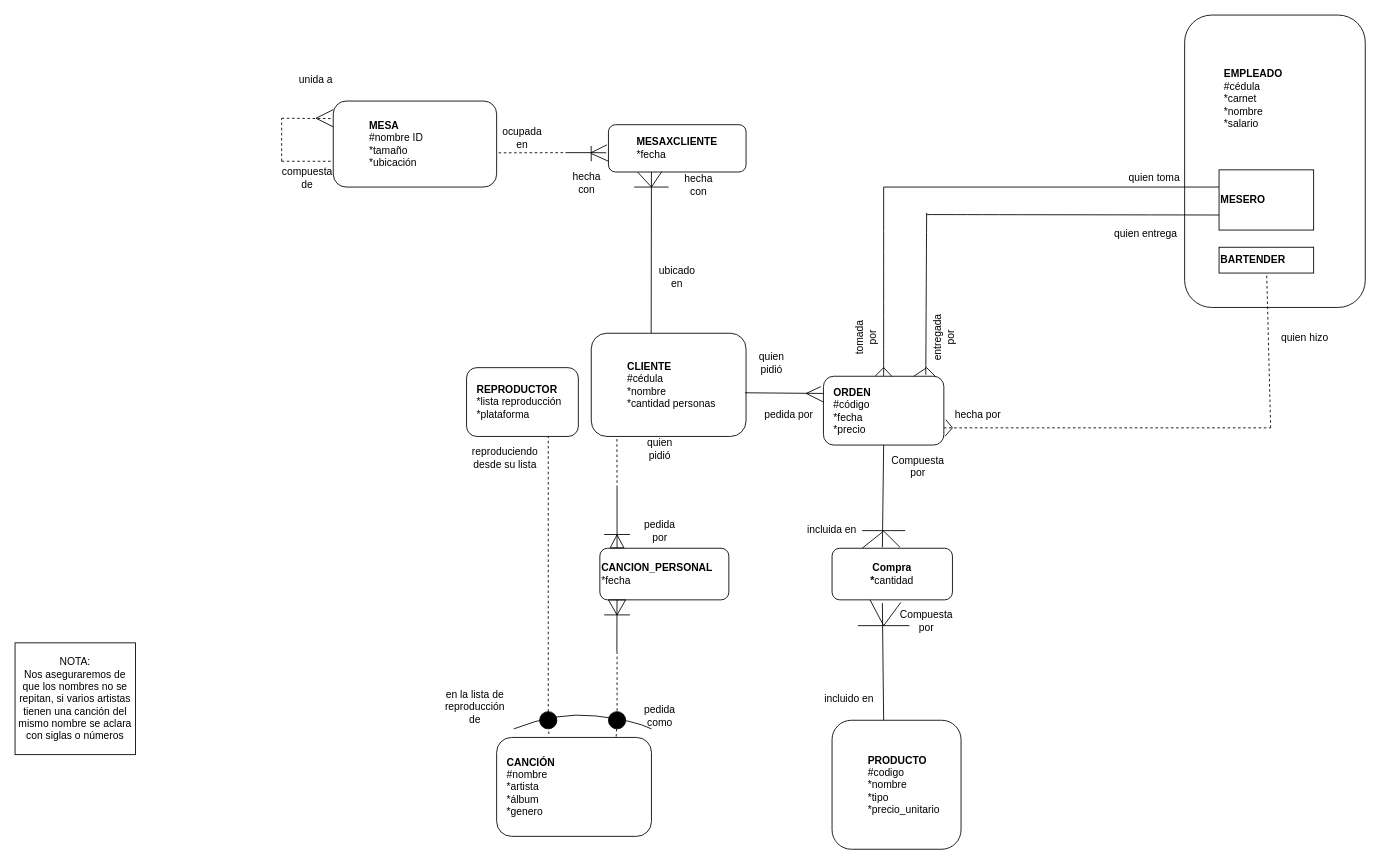
Earlier version of the draw.io diagram Trabajo1/ModeloER.drawio (M1moreno/EntregasBD). Source tidied: cells renumbered, new cells numbered last; positions are measured from the earlier drawing's top-left corner, leaving out a move shared by most shapes. Both pictures are drawn from the tidied source at 86%, with x=0, y=0 at pixel (15, 15). Pictures stored in the file or linked from it are replaced by grey dashed boxes.
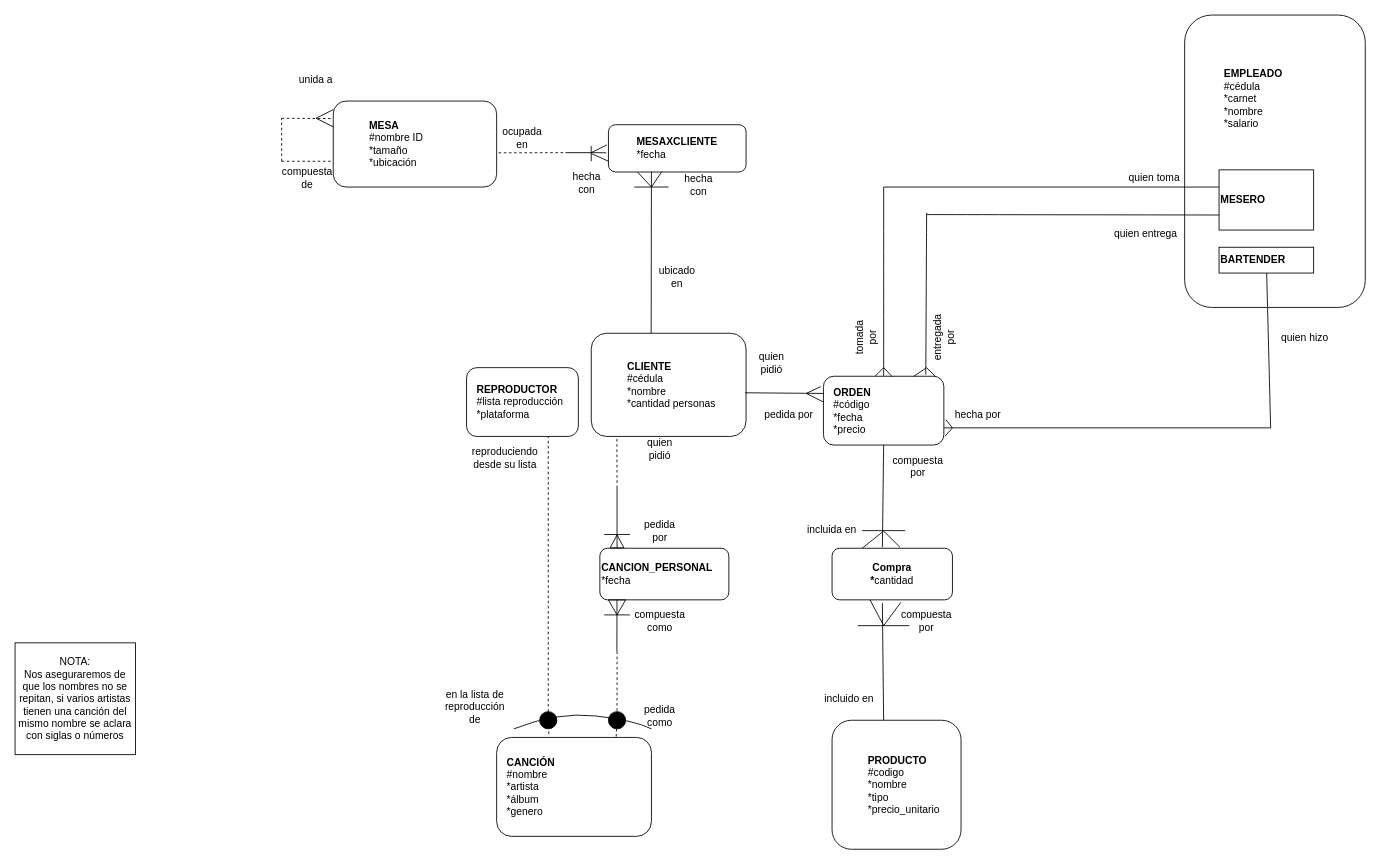
After the change.

The change refers to these unchanged cells:
```xml
<mxCell id="8" value="&lt;b&gt;BARTENDER&lt;/b&gt;" style="rounded=0;whiteSpace=wrap;html=1;align=left;" parent="4" vertex="1">
  <mxGeometry x="40" y="270" width="110" height="30" as="geometry" />
</mxCell>
<mxCell id="10" style="group;" parent="1" vertex="1">
  <mxGeometry x="525" y="410" width="130" height="80" as="geometry" />
</mxCell>
<mxCell id="14" style="rounded=1;whiteSpace=wrap;html=1;" parent="13" vertex="1">
  <mxGeometry width="140" height="80" as="geometry" />
</mxCell>
```

Change to the diagram source:
```diff
@@
-    <mxCell id="12" value="&lt;b&gt;REPRODUCTOR&lt;/b&gt;&lt;br&gt;*lista reproducción&lt;br&gt;*plataforma" style="text;html=1;strokeColor=none;fillColor=none;align=left;verticalAlign=middle;whiteSpace=wrap;rounded=0;" parent="10" vertex="1">
+    <mxCell id="12" value="&lt;b&gt;REPRODUCTOR&lt;/b&gt;&lt;br&gt;#lista reproducción&lt;br&gt;*plataforma" style="text;html=1;strokeColor=none;fillColor=none;align=left;verticalAlign=middle;whiteSpace=wrap;rounded=0;" parent="10" vertex="1">
       <mxGeometry x="10" y="5" width="110" height="70" as="geometry" />
     </mxCell>
@@
-    <mxCell id="49" style="endArrow=none;dashed=1;html=1;rounded=0;exitX=1;exitY=0.75;exitDx=0;exitDy=0;" parent="1" edge="1" source="14">
+    <mxCell id="49" style="endArrow=none;html=1;rounded=0;exitX=1;exitY=0.75;exitDx=0;exitDy=0;" parent="1" edge="1" source="14">
       <mxGeometry relative="1" as="geometry">
         <mxPoint x="1460" y="480" as="targetPoint" />
       </mxGeometry>
     </mxCell>
-    <mxCell id="50" style="endArrow=none;dashed=1;html=1;rounded=0;" parent="1" edge="1" target="8">
+    <mxCell id="50" style="endArrow=none;html=1;rounded=0;" parent="1" edge="1" target="8">
       <mxGeometry relative="1" as="geometry">
         <mxPoint x="1460" y="480" as="sourcePoint" />
       </mxGeometry>
     </mxCell>
@@
-    <mxCell id="74" value="Compuesta por" style="text;html=1;strokeColor=none;fillColor=none;align=center;verticalAlign=middle;whiteSpace=wrap;rounded=0;" parent="1" vertex="1">
+    <mxCell id="74" value="compuesta por" style="text;html=1;strokeColor=none;fillColor=none;align=center;verticalAlign=middle;whiteSpace=wrap;rounded=0;" parent="1" vertex="1">
       <mxGeometry x="1020" y="510" width="60" height="30" as="geometry" />
     </mxCell>
@@
-    <mxCell id="76" value="Compuesta por" style="text;html=1;strokeColor=none;fillColor=none;align=center;verticalAlign=middle;whiteSpace=wrap;rounded=0;" parent="1" vertex="1">
+    <mxCell id="76" value="compuesta por" style="text;html=1;strokeColor=none;fillColor=none;align=center;verticalAlign=middle;whiteSpace=wrap;rounded=0;" parent="1" vertex="1">
       <mxGeometry x="1030" y="690" width="60" height="30" as="geometry" />
     </mxCell>
@@
+    <mxCell id="98" value="compuesta como&lt;br&gt;" style="text;html=1;strokeColor=none;fillColor=none;align=center;verticalAlign=middle;whiteSpace=wrap;rounded=0;" parent="1" vertex="1">
+      <mxGeometry x="720" y="690" width="60" height="30" as="geometry" />
+    </mxCell>
```
